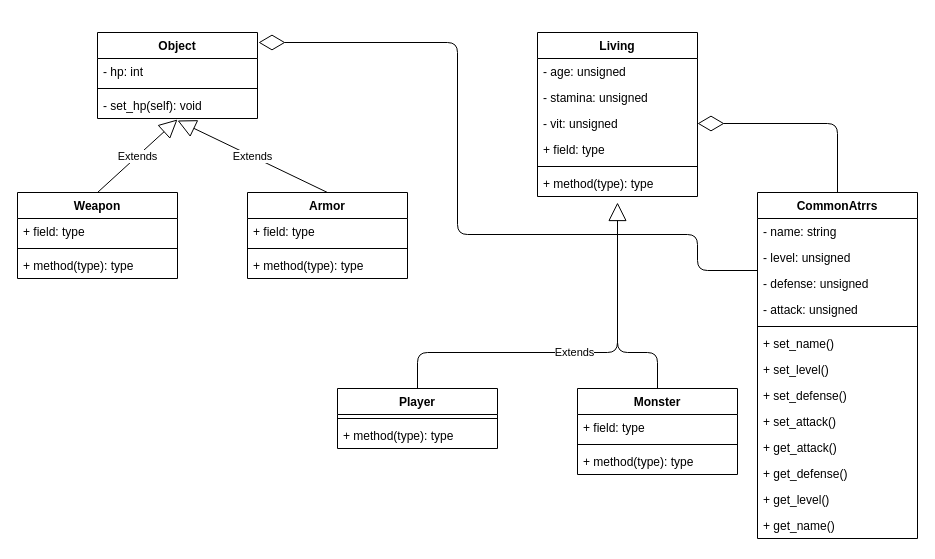
This is init_design.drawio from djose1164/inmortal-will, a draw.io file, before an edit. Source tidied: cells renumbered, new cells numbered last; positions are measured from the earlier drawing's top-left corner, leaving out a move shared by most shapes. Both pictures are drawn from the tidied source at 100%, with x=0, y=0 at pixel (17, 32).
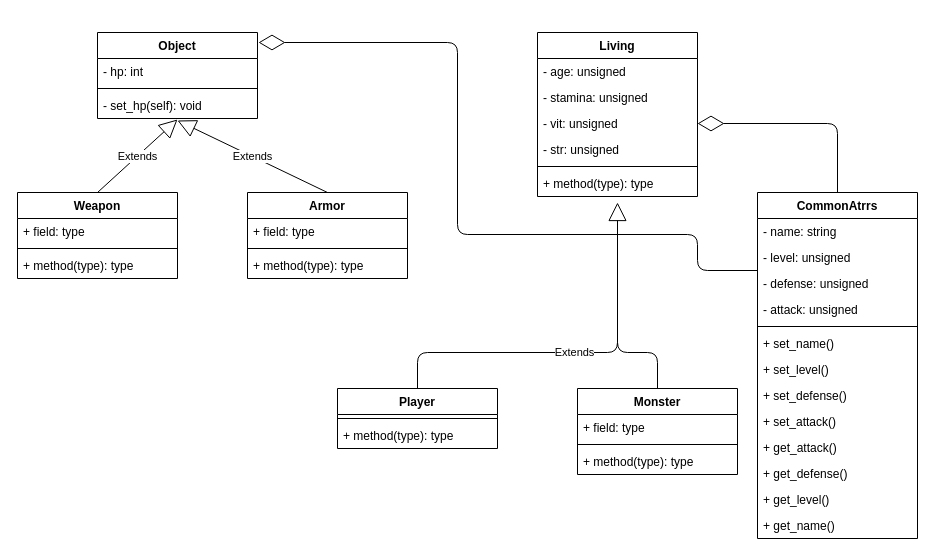
The same page after the edit.

Unchanged cells that the change refers to:
```xml
<mxCell id="11" value="Living" style="swimlane;fontStyle=1;align=center;verticalAlign=top;horizontal=1;startSize=26;" parent="1" vertex="1">
  <mxGeometry x="520" width="160" height="164" as="geometry" />
</mxCell>
```

The edit, as a diff of the source:
```diff
@@
-    <mxCell id="15" value="+ field: type" style="text;strokeColor=none;fillColor=none;align=left;verticalAlign=top;spacingLeft=4;spacingRight=4;overflow=hidden;" parent="11" vertex="1">
+    <mxCell id="15" value="- str: unsigned" style="text;strokeColor=none;fillColor=none;align=left;verticalAlign=top;spacingLeft=4;spacingRight=4;overflow=hidden;" parent="11" vertex="1">
       <mxGeometry y="104" width="160" height="26" as="geometry" />
     </mxCell>
```
